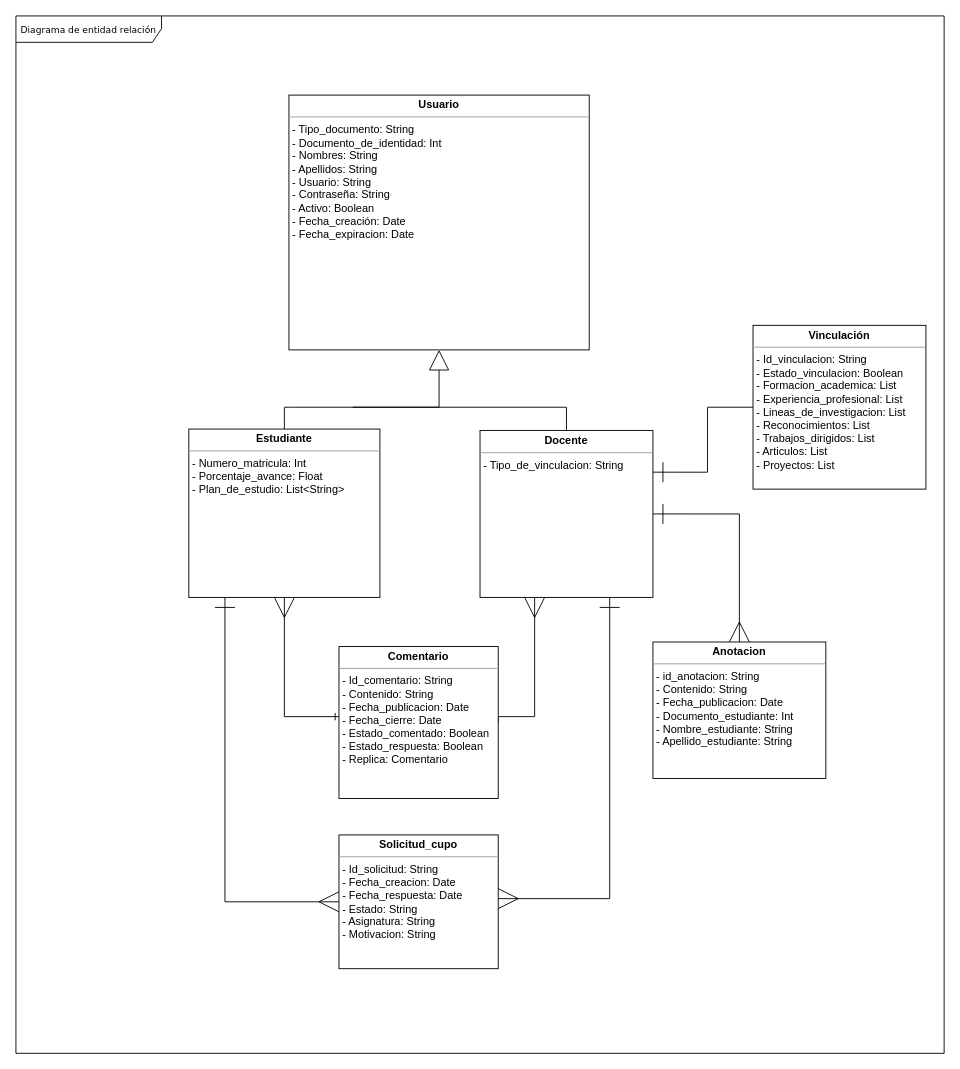
This is Entregables/Diagrama Entidad Relación/Modelo Entidad Relación.drawio from Cesar-580/ciclo-de-vida-de-la-docencia-ing-software, a draw.io file, before an edit. Source tidied: cells renumbered, new cells numbered last; positions are measured from the earlier drawing's top-left corner, leaving out a move shared by most shapes. Both pictures are drawn from the tidied source at 91%, with x=0, y=0 at pixel (15, 15).
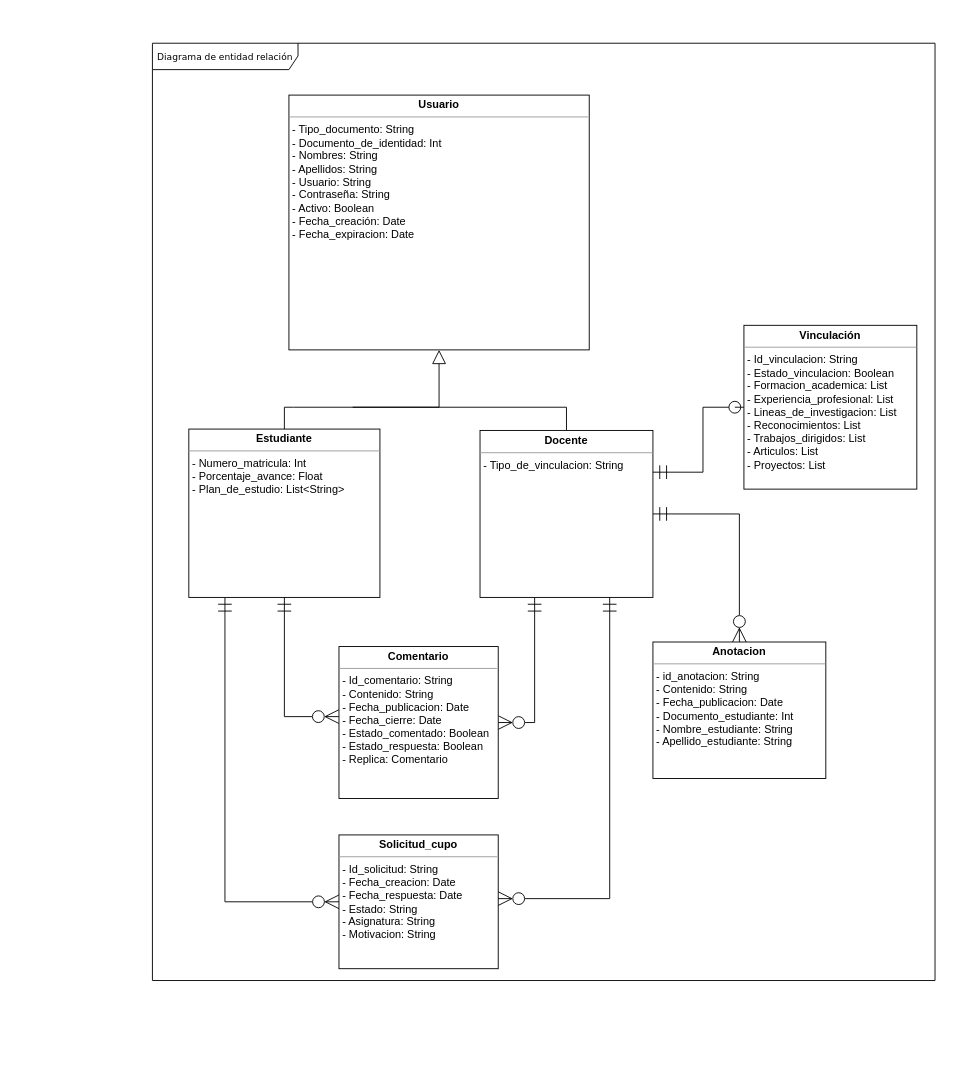
The same page after the edit.

Commit message (it also covers changes not shown here):
Se hacen las últimas correcciones a la entrega final y diagramas

The change refers to these unchanged cells:
```xml
<mxCell id="3" value="&lt;p style=&quot;margin: 0px ; margin-top: 4px ; text-align: center&quot;&gt;&lt;b&gt;Usuario&lt;/b&gt;&lt;/p&gt;&lt;hr size=&quot;1&quot;&gt;&lt;p style=&quot;margin: 0px ; margin-left: 4px&quot;&gt;- Tipo_documento: String&lt;/p&gt;&lt;p style=&quot;margin: 0px ; margin-left: 4px&quot;&gt;- Documento_de_identidad: Int&lt;/p&gt;&lt;p style=&quot;margin: 0px ; margin-left: 4px&quot;&gt;- Nombres: String&lt;/p&gt;&lt;p style=&quot;margin: 0px ; margin-left: 4px&quot;&gt;- Apellidos: String&lt;/p&gt;&lt;p style=&quot;margin: 0px ; margin-left: 4px&quot;&gt;- Usuario: String&lt;/p&gt;&lt;p style=&quot;margin: 0px ; margin-left: 4px&quot;&gt;- Contraseña: String&lt;/p&gt;&lt;p style=&quot;margin: 0px ; margin-left: 4px&quot;&gt;- Activo: Boolean&lt;/p&gt;&lt;p style=&quot;margin: 0px ; margin-left: 4px&quot;&gt;- Fecha_creación: Date&lt;/p&gt;&lt;p style=&quot;margin: 0px ; margin-left: 4px&quot;&gt;- Fecha_expiracion: Date&lt;/p&gt;&lt;p style=&quot;margin: 0px ; margin-left: 4px&quot;&gt;&lt;br&gt;&lt;/p&gt;&lt;p style=&quot;margin: 0px ; margin-left: 4px&quot;&gt;&lt;br&gt;&lt;/p&gt;&lt;p style=&quot;margin: 0px ; margin-left: 4px&quot;&gt;&lt;br&gt;&lt;/p&gt;&lt;p style=&quot;margin: 0px ; margin-left: 4px&quot;&gt;&lt;br&gt;&lt;/p&gt;" style="verticalAlign=top;align=left;overflow=fill;fontSize=12;fontFamily=Helvetica;html=1;rounded=0;shadow=0;comic=0;labelBackgroundColor=none;strokeWidth=1;" parent="1" vertex="1">
  <mxGeometry x="300" y="87" width="330" height="280" as="geometry" />
</mxCell>
<mxCell id="6" value="&lt;p style=&quot;margin: 0px ; margin-top: 4px ; text-align: center&quot;&gt;&lt;b&gt;Estudiante&lt;/b&gt;&lt;/p&gt;&lt;hr size=&quot;1&quot;&gt;&lt;p style=&quot;margin: 0px ; margin-left: 4px&quot;&gt;- Numero_matricula: Int&lt;span&gt;&amp;nbsp;&lt;/span&gt;&lt;/p&gt;&lt;p style=&quot;margin: 0px ; margin-left: 4px&quot;&gt;- Porcentaje_avance: Float&lt;/p&gt;&lt;p style=&quot;margin: 0px ; margin-left: 4px&quot;&gt;- Plan_de_estudio: List&amp;lt;String&amp;gt;&lt;/p&gt;&lt;p style=&quot;margin: 0px ; margin-left: 4px&quot;&gt;&lt;br&gt;&lt;/p&gt;&lt;p style=&quot;margin: 0px ; margin-left: 4px&quot;&gt;&lt;br&gt;&lt;/p&gt;&lt;p style=&quot;margin: 0px ; margin-left: 4px&quot;&gt;&lt;br&gt;&lt;/p&gt;&lt;p style=&quot;margin: 0px ; margin-left: 4px&quot;&gt;&lt;br&gt;&lt;/p&gt;&lt;p style=&quot;margin: 0px ; margin-left: 4px&quot;&gt;&lt;br&gt;&lt;/p&gt;&lt;p style=&quot;margin: 0px ; margin-left: 4px&quot;&gt;&lt;br&gt;&lt;/p&gt;" style="verticalAlign=top;align=left;overflow=fill;fontSize=12;fontFamily=Helvetica;html=1;rounded=0;shadow=0;comic=0;labelBackgroundColor=none;strokeWidth=1;" parent="1" vertex="1">
  <mxGeometry x="190" y="454" width="210" height="185" as="geometry" />
</mxCell>
<mxCell id="11" value="&lt;p style=&quot;margin: 0px ; margin-top: 4px ; text-align: center&quot;&gt;&lt;b&gt;Docente&lt;/b&gt;&lt;/p&gt;&lt;hr size=&quot;1&quot;&gt;&lt;p style=&quot;margin: 0px ; margin-left: 4px&quot;&gt;- Tipo_de_vinculacion: String&lt;/p&gt;&lt;p style=&quot;margin: 0px ; margin-left: 4px&quot;&gt;&lt;br&gt;&lt;/p&gt;&lt;p style=&quot;margin: 0px ; margin-left: 4px&quot;&gt;&lt;br&gt;&lt;/p&gt;&lt;p style=&quot;margin: 0px ; margin-left: 4px&quot;&gt;&lt;br&gt;&lt;/p&gt;&lt;p style=&quot;margin: 0px ; margin-left: 4px&quot;&gt;&lt;br&gt;&lt;/p&gt;&lt;p style=&quot;margin: 0px ; margin-left: 4px&quot;&gt;&lt;br&gt;&lt;/p&gt;" style="verticalAlign=top;align=left;overflow=fill;fontSize=12;fontFamily=Helvetica;html=1;rounded=0;shadow=0;comic=0;labelBackgroundColor=none;strokeWidth=1;" parent="1" vertex="1">
  <mxGeometry x="510" y="455.5" width="190" height="183.5" as="geometry" />
</mxCell>
<mxCell id="13" value="&lt;p style=&quot;margin: 0px ; margin-top: 4px ; text-align: center&quot;&gt;&lt;b&gt;Comentario&lt;/b&gt;&lt;/p&gt;&lt;hr size=&quot;1&quot;&gt;&lt;p style=&quot;margin: 0px ; margin-left: 4px&quot;&gt;- Id_comentario: String&lt;/p&gt;&lt;p style=&quot;margin: 0px ; margin-left: 4px&quot;&gt;- Contenido: String&lt;/p&gt;&lt;p style=&quot;margin: 0px ; margin-left: 4px&quot;&gt;- Fecha_publicacion: Date&lt;/p&gt;&lt;p style=&quot;margin: 0px ; margin-left: 4px&quot;&gt;- Fecha_cierre: Date&lt;/p&gt;&lt;p style=&quot;margin: 0px ; margin-left: 4px&quot;&gt;- Estado_comentado: Boolean&lt;/p&gt;&lt;p style=&quot;margin: 0px ; margin-left: 4px&quot;&gt;- Estado_respuesta: Boolean&lt;/p&gt;&lt;p style=&quot;margin: 0px ; margin-left: 4px&quot;&gt;- Replica: Comentario&lt;/p&gt;&lt;p style=&quot;margin: 0px ; margin-left: 4px&quot;&gt;&lt;br&gt;&lt;/p&gt;" style="verticalAlign=top;align=left;overflow=fill;fontSize=12;fontFamily=Helvetica;html=1;rounded=0;shadow=0;comic=0;labelBackgroundColor=none;strokeWidth=1;" parent="1" vertex="1">
  <mxGeometry x="355" y="693" width="175" height="167" as="geometry" />
</mxCell>
<mxCell id="14" value="&lt;p style=&quot;margin: 0px ; margin-top: 4px ; text-align: center&quot;&gt;&lt;b&gt;Anotacion&lt;/b&gt;&lt;/p&gt;&lt;hr size=&quot;1&quot;&gt;&lt;p style=&quot;margin: 0px ; margin-left: 4px&quot;&gt;- id_anotacion: String&lt;/p&gt;&lt;p style=&quot;margin: 0px ; margin-left: 4px&quot;&gt;- Contenido: String&lt;/p&gt;&lt;p style=&quot;margin: 0px ; margin-left: 4px&quot;&gt;- Fecha_publicacion: Date&lt;/p&gt;&lt;p style=&quot;margin: 0px ; margin-left: 4px&quot;&gt;- Documento_estudiante: Int&lt;/p&gt;&lt;p style=&quot;margin: 0px ; margin-left: 4px&quot;&gt;- Nombre_estudiante: String&lt;/p&gt;&lt;p style=&quot;margin: 0px ; margin-left: 4px&quot;&gt;- Apellido_estudiante: String&lt;/p&gt;&lt;p style=&quot;margin: 0px ; margin-left: 4px&quot;&gt;&lt;br&gt;&lt;/p&gt;&lt;p style=&quot;margin: 0px ; margin-left: 4px&quot;&gt;&lt;br&gt;&lt;/p&gt;" style="verticalAlign=top;align=left;overflow=fill;fontSize=12;fontFamily=Helvetica;html=1;rounded=0;shadow=0;comic=0;labelBackgroundColor=none;strokeWidth=1;" parent="1" vertex="1">
  <mxGeometry x="700" y="688" width="190" height="150" as="geometry" />
</mxCell>
<mxCell id="17" value="&lt;p style=&quot;margin: 0px ; margin-top: 4px ; text-align: center&quot;&gt;&lt;b&gt;Solicitud_cupo&lt;/b&gt;&lt;/p&gt;&lt;hr size=&quot;1&quot;&gt;&lt;p style=&quot;margin: 0px ; margin-left: 4px&quot;&gt;- Id_solicitud: String&lt;/p&gt;&lt;p style=&quot;margin: 0px ; margin-left: 4px&quot;&gt;- Fecha_creacion: Date&lt;/p&gt;&lt;p style=&quot;margin: 0px ; margin-left: 4px&quot;&gt;- Fecha_respuesta: Date&lt;/p&gt;&lt;p style=&quot;margin: 0px ; margin-left: 4px&quot;&gt;- Estado: String&lt;/p&gt;&lt;p style=&quot;margin: 0px ; margin-left: 4px&quot;&gt;- Asignatura: String&lt;/p&gt;&lt;p style=&quot;margin: 0px ; margin-left: 4px&quot;&gt;- Motivacion: String&lt;/p&gt;&lt;p style=&quot;margin: 0px ; margin-left: 4px&quot;&gt;&lt;br&gt;&lt;/p&gt;&lt;p style=&quot;margin: 0px ; margin-left: 4px&quot;&gt;&lt;br&gt;&lt;/p&gt;&lt;hr size=&quot;1&quot;&gt;&lt;p style=&quot;margin: 0px ; margin-left: 4px&quot;&gt;&lt;br&gt;&lt;/p&gt;" style="verticalAlign=top;align=left;overflow=fill;fontSize=12;fontFamily=Helvetica;html=1;rounded=0;shadow=0;comic=0;labelBackgroundColor=none;strokeWidth=1;" parent="1" vertex="1">
  <mxGeometry x="355" y="900" width="175" height="147" as="geometry" />
</mxCell>
```

The edit, as a diff of the source:
```diff
@@
     <mxCell id="2" value="Diagrama de entidad relación" style="shape=umlFrame;whiteSpace=wrap;html=1;rounded=0;shadow=0;comic=0;labelBackgroundColor=none;strokeWidth=1;fontFamily=Verdana;fontSize=10;align=center;width=160;height=29;" parent="1" vertex="1">
-      <mxGeometry width="1020" height="1140" as="geometry" />
+      <mxGeometry x="150" y="30" width="860" height="1030" as="geometry" />
     </mxCell>
@@
-    <mxCell id="4" style="edgeStyle=orthogonalEdgeStyle;rounded=0;jettySize=auto;html=1;entryX=0.5;entryY=1;entryDx=0;entryDy=0;endArrow=block;endFill=0;startSize=12;exitX=0.5;exitY=0;exitDx=0;exitDy=0;endSize=20;" parent="1" edge="1" source="6" target="3">
+    <mxCell id="4" style="edgeStyle=orthogonalEdgeStyle;rounded=0;jettySize=auto;html=1;entryX=0.5;entryY=1;entryDx=0;entryDy=0;endArrow=block;endFill=0;startSize=12;exitX=0.5;exitY=0;exitDx=0;exitDy=0;endSize=13;" parent="1" edge="1" source="6" target="3">
       <mxGeometry relative="1" as="geometry">
         <Array as="points">
           <mxPoint x="305" y="430" />
           <mxPoint x="475" y="430" />
         </Array>
       </mxGeometry>
     </mxCell>
-    <mxCell id="5" style="edgeStyle=orthogonalEdgeStyle;rounded=0;jettySize=auto;html=1;endArrow=ERmany;endFill=0;entryX=0;entryY=0.5;entryDx=0;entryDy=0;startSize=20;endSize=20;startArrow=ERone;startFill=0;exitX=0.189;exitY=1;exitDx=0;exitDy=0;exitPerimeter=0;" parent="1" edge="1" source="6" target="17">
+    <mxCell id="5" style="edgeStyle=orthogonalEdgeStyle;rounded=0;jettySize=auto;html=1;endArrow=ERzeroToMany;endFill=0;entryX=0;entryY=0.5;entryDx=0;entryDy=0;startSize=13;endSize=13;startArrow=ERmandOne;startFill=0;exitX=0.189;exitY=1;exitDx=0;exitDy=0;exitPerimeter=0;" parent="1" edge="1" source="6" target="17">
       <mxGeometry relative="1" as="geometry">
         <Array as="points">
           <mxPoint x="230" y="974" />
         </Array>
       </mxGeometry>
     </mxCell>
@@
-    <mxCell id="8" style="edgeStyle=orthogonalEdgeStyle;rounded=0;jettySize=auto;html=1;exitX=1;exitY=0.5;exitDx=0;exitDy=0;entryX=0.5;entryY=0;entryDx=0;entryDy=0;endArrow=ERmany;endFill=0;startArrow=ERone;startFill=0;startSize=20;endSize=20;" parent="1" edge="1" source="11" target="14">
+    <mxCell id="8" style="edgeStyle=orthogonalEdgeStyle;rounded=0;jettySize=auto;html=1;exitX=1;exitY=0.5;exitDx=0;exitDy=0;entryX=0.5;entryY=0;entryDx=0;entryDy=0;endArrow=ERzeroToMany;endFill=0;startArrow=ERmandOne;startFill=0;startSize=13;endSize=13;" parent="1" edge="1" source="11" target="14">
       <mxGeometry relative="1" as="geometry">
         <Array as="points">
           <mxPoint x="795" y="547" />
         </Array>
       </mxGeometry>
     </mxCell>
-    <mxCell id="9" style="edgeStyle=orthogonalEdgeStyle;rounded=0;jettySize=auto;html=1;entryX=1;entryY=0.5;entryDx=0;entryDy=0;endArrow=none;endFill=0;startArrow=ERmany;startFill=0;endSize=11;startSize=20;" parent="1" edge="1" source="11" target="13">
+    <mxCell id="9" style="edgeStyle=orthogonalEdgeStyle;rounded=0;jettySize=auto;html=1;endArrow=ERzeroToMany;endFill=0;startArrow=ERmandOne;startFill=0;endSize=13;startSize=13;entryX=1;entryY=0.5;entryDx=0;entryDy=0;" parent="1" edge="1" source="11" target="13">
       <mxGeometry relative="1" as="geometry">
         <Array as="points">
-          <mxPoint x="570" y="770" />
-          <mxPoint x="530" y="770" />
+          <mxPoint x="570" y="777" />
+          <mxPoint x="530" y="777" />
         </Array>
       </mxGeometry>
     </mxCell>
@@
-    <mxCell id="12" style="edgeStyle=orthogonalEdgeStyle;rounded=0;jettySize=auto;html=1;entryX=0.5;entryY=1;entryDx=0;entryDy=0;endArrow=ERmany;endFill=0;endSize=20;startArrow=ERone;startFill=0;exitX=-0.001;exitY=0.461;exitDx=0;exitDy=0;exitPerimeter=0;" parent="1" edge="1" source="13" target="6">
+    <mxCell id="12" style="edgeStyle=orthogonalEdgeStyle;rounded=0;jettySize=auto;html=1;entryX=0.5;entryY=1;entryDx=0;entryDy=0;endArrow=ERmandOne;endFill=0;endSize=13;startArrow=ERzeroToMany;startFill=0;exitX=-0.001;exitY=0.461;exitDx=0;exitDy=0;exitPerimeter=0;startSize=13;" parent="1" edge="1" source="13" target="6">
       <mxGeometry relative="1" as="geometry">
         <Array as="points">
           <mxPoint x="295" y="770" />
         </Array>
       </mxGeometry>
     </mxCell>
@@
-    <mxCell id="15" style="edgeStyle=orthogonalEdgeStyle;rounded=0;jettySize=auto;html=1;exitX=0;exitY=0.5;exitDx=0;exitDy=0;entryX=1;entryY=0.25;entryDx=0;entryDy=0;endArrow=ERone;endFill=0;startArrow=none;startFill=0;endSize=20;" parent="1" edge="1" source="16" target="11">
-      <mxGeometry relative="1" as="geometry" />
+    <mxCell id="15" style="edgeStyle=orthogonalEdgeStyle;rounded=0;jettySize=auto;html=1;entryX=1;entryY=0.25;entryDx=0;entryDy=0;endArrow=ERmandOne;endFill=0;startArrow=oval;startFill=0;endSize=13;startSize=13;" parent="1" edge="1" target="11">
+      <mxGeometry relative="1" as="geometry">
+        <mxPoint x="790" y="430" as="sourcePoint" />
+        <Array as="points">
+          <mxPoint x="755" y="430" />
+          <mxPoint x="755" y="501" />
+        </Array>
+      </mxGeometry>
     </mxCell>
     <mxCell id="16" value="&lt;p style=&quot;margin: 0px ; margin-top: 4px ; text-align: center&quot;&gt;&lt;b&gt;Vinculación&lt;/b&gt;&lt;/p&gt;&lt;hr size=&quot;1&quot;&gt;&lt;p style=&quot;margin: 0px ; margin-left: 4px&quot;&gt;- Id_vinculacion: String&lt;/p&gt;&lt;p style=&quot;margin: 0px ; margin-left: 4px&quot;&gt;- Estado_vinculacion: Boolean&lt;/p&gt;&lt;p style=&quot;margin: 0px ; margin-left: 4px&quot;&gt;- Formacion_academica: List&lt;/p&gt;&lt;p style=&quot;margin: 0px ; margin-left: 4px&quot;&gt;- Experiencia_profesional: List&lt;/p&gt;&lt;p style=&quot;margin: 0px ; margin-left: 4px&quot;&gt;- Lineas_de_investigacion: List&lt;/p&gt;&lt;p style=&quot;margin: 0px ; margin-left: 4px&quot;&gt;- Reconocimientos: List&lt;/p&gt;&lt;p style=&quot;margin: 0px ; margin-left: 4px&quot;&gt;- Trabajos_dirigidos: List&lt;/p&gt;&lt;p style=&quot;margin: 0px ; margin-left: 4px&quot;&gt;- Articulos: List&lt;/p&gt;&lt;p style=&quot;margin: 0px ; margin-left: 4px&quot;&gt;- Proyectos: List&lt;/p&gt;&lt;p style=&quot;margin: 0px ; margin-left: 4px&quot;&gt;&lt;br&gt;&lt;/p&gt;" style="verticalAlign=top;align=left;overflow=fill;fontSize=12;fontFamily=Helvetica;html=1;rounded=0;shadow=0;comic=0;labelBackgroundColor=none;strokeWidth=1;" parent="1" vertex="1">
-      <mxGeometry x="810" y="340" width="190" height="180" as="geometry" />
+      <mxGeometry x="800" y="340" width="190" height="180" as="geometry" />
     </mxCell>
@@
-    <mxCell id="18" style="edgeStyle=orthogonalEdgeStyle;rounded=0;jettySize=auto;html=1;entryX=0.75;entryY=1;entryDx=0;entryDy=0;endArrow=ERone;endFill=0;startArrow=ERmany;startFill=0;startSize=20;endSize=20;" parent="1" edge="1" target="11">
+    <mxCell id="18" style="edgeStyle=orthogonalEdgeStyle;rounded=0;jettySize=auto;html=1;entryX=0.75;entryY=1;entryDx=0;entryDy=0;endArrow=ERmandOne;endFill=0;startArrow=ERzeroToMany;startFill=0;startSize=13;endSize=13;" parent="1" edge="1" target="11">
       <mxGeometry relative="1" as="geometry">
         <mxPoint x="530" y="970" as="sourcePoint" />
         <Array as="points">
           <mxPoint x="530" y="970" />
           <mxPoint x="653" y="970" />
         </Array>
       </mxGeometry>
     </mxCell>
+    <mxCell id="19" style="endArrow=none;html=1;rounded=0;strokeColor=#000000;exitX=0;exitY=0.5;exitDx=0;exitDy=0;" parent="1" edge="1" source="16">
+      <mxGeometry relative="1" as="geometry">
+        <mxPoint x="790" y="430" as="targetPoint" />
+      </mxGeometry>
+    </mxCell>
```
